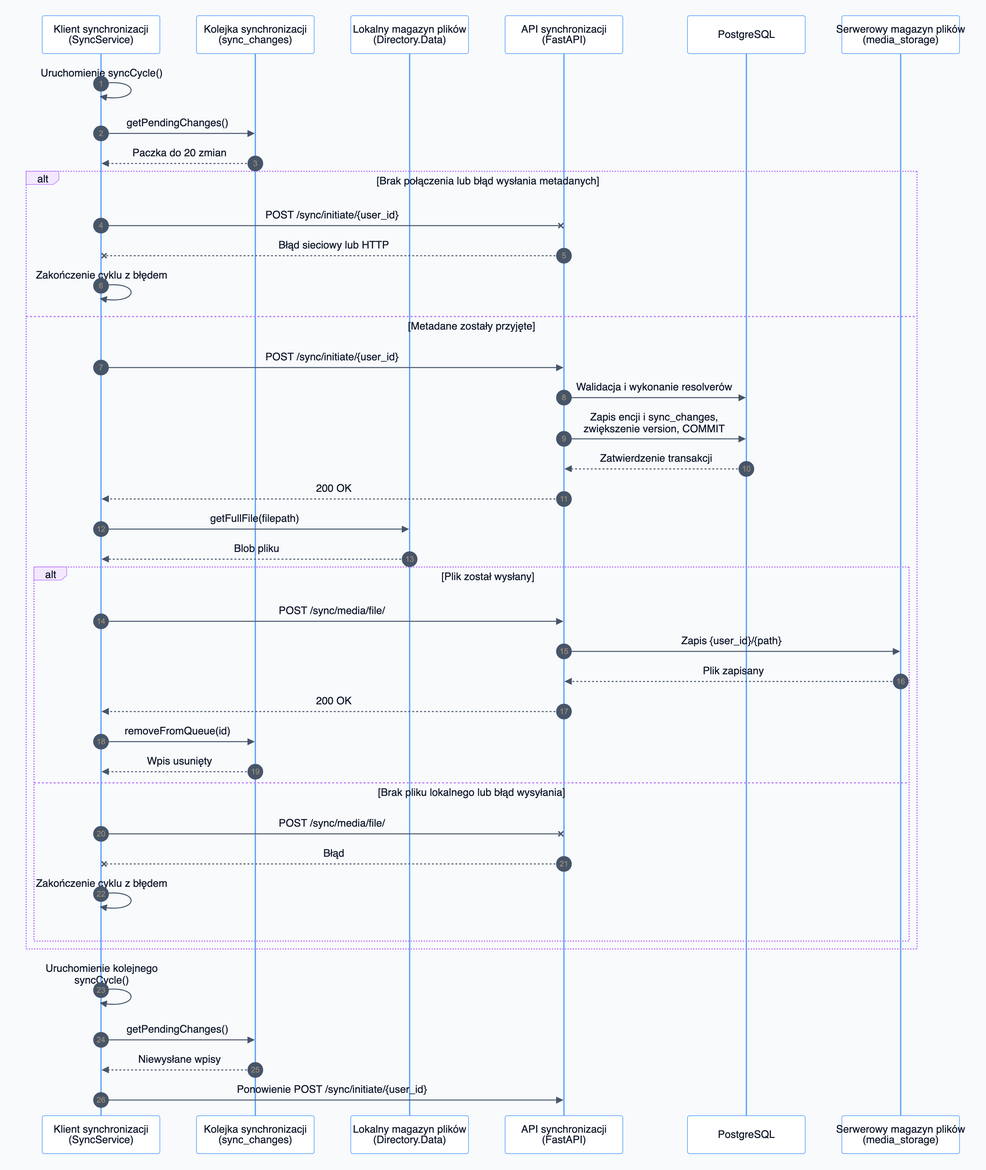
Above: docs/sequence/03-offline-and-retry.png in danielsterzel/Continuum (Mermaid), before the change. Its source is kept beside it as docs/sequence/03-offline-and-retry.mmd. The source it was exported from:
```mermaid
sequenceDiagram
    autonumber
    participant Worker as Klient synchronizacji<br/>(SyncService)
    participant Queue as Kolejka synchronizacji<br/>(sync_changes)
    participant Files as Lokalny magazyn plików<br/>(Directory.Data)
    participant API as API synchronizacji<br/>(FastAPI)
    participant PG as PostgreSQL
    participant Storage as Serwerowy magazyn plików<br/>(media_storage)

    Worker->>Worker: Uruchomienie syncCycle()
    Worker->>Queue: getPendingChanges()
    Queue-->>Worker: Paczka do 20 zmian

    alt Brak połączenia lub błąd wysłania metadanych
        Worker-xAPI: POST /sync/initiate/{user_id}
        API--xWorker: Błąd sieciowy lub HTTP
        Worker->>Worker: Zakończenie cyklu z błędem
    else Metadane zostały przyjęte
        Worker->>API: POST /sync/initiate/{user_id}
        API->>PG: Walidacja i wykonanie resolverów
        API->>PG: Zapis encji i sync_changes,<br/>zwiększenie version, COMMIT
        PG-->>API: Zatwierdzenie transakcji
        API-->>Worker: 200 OK

        Worker->>Files: getFullFile(filepath)
        Files-->>Worker: Blob pliku

        alt Plik został wysłany
            Worker->>API: POST /sync/media/file/
            API->>Storage: Zapis {user_id}/{path}
            Storage-->>API: Plik zapisany
            API-->>Worker: 200 OK
            Worker->>Queue: removeFromQueue(id)
            Queue-->>Worker: Wpis usunięty
        else Brak pliku lokalnego lub błąd wysyłania
            Worker-xAPI: POST /sync/media/file/
            API--xWorker: Błąd
            Worker->>Worker: Zakończenie cyklu z błędem
        end
    end

    Worker->>Worker: Uruchomienie kolejnego syncCycle()
    Worker->>Queue: getPendingChanges()
    Queue-->>Worker: Niewysłane wpisy
    Worker->>API: Ponowienie POST /sync/initiate/{user_id}
```
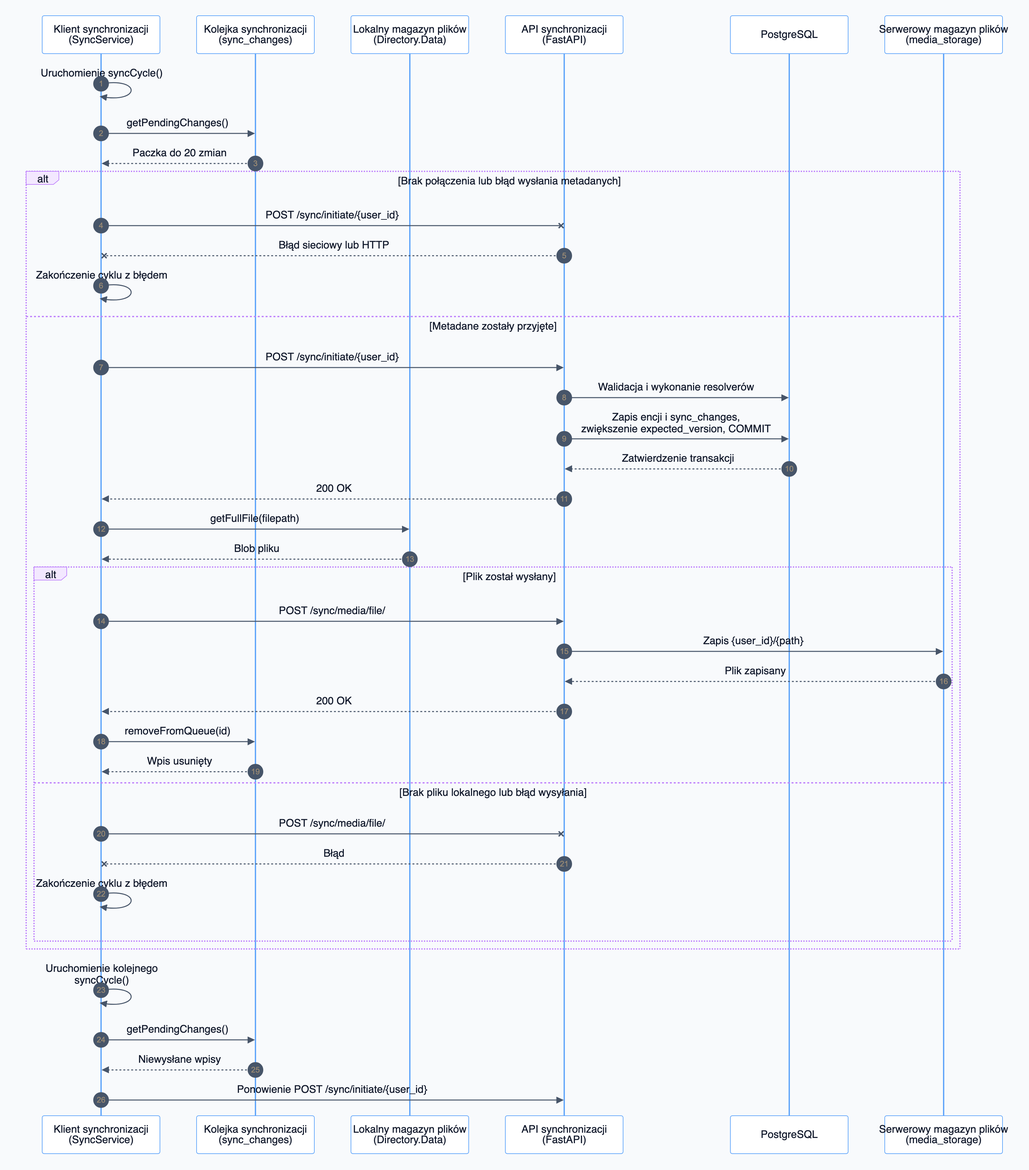
The same diagram one commit later.

Diff of the diagram source:
```diff
@@ -18,7 +18,7 @@
     else Metadane zostały przyjęte
         Worker->>API: POST /sync/initiate/{user_id}
         API->>PG: Walidacja i wykonanie resolverów
-        API->>PG: Zapis encji i sync_changes,<br/>zwiększenie version, COMMIT
+        API->>PG: Zapis encji i sync_changes,<br/>zwiększenie expected_version, COMMIT
         PG-->>API: Zatwierdzenie transakcji
         API-->>Worker: 200 OK
 
```
